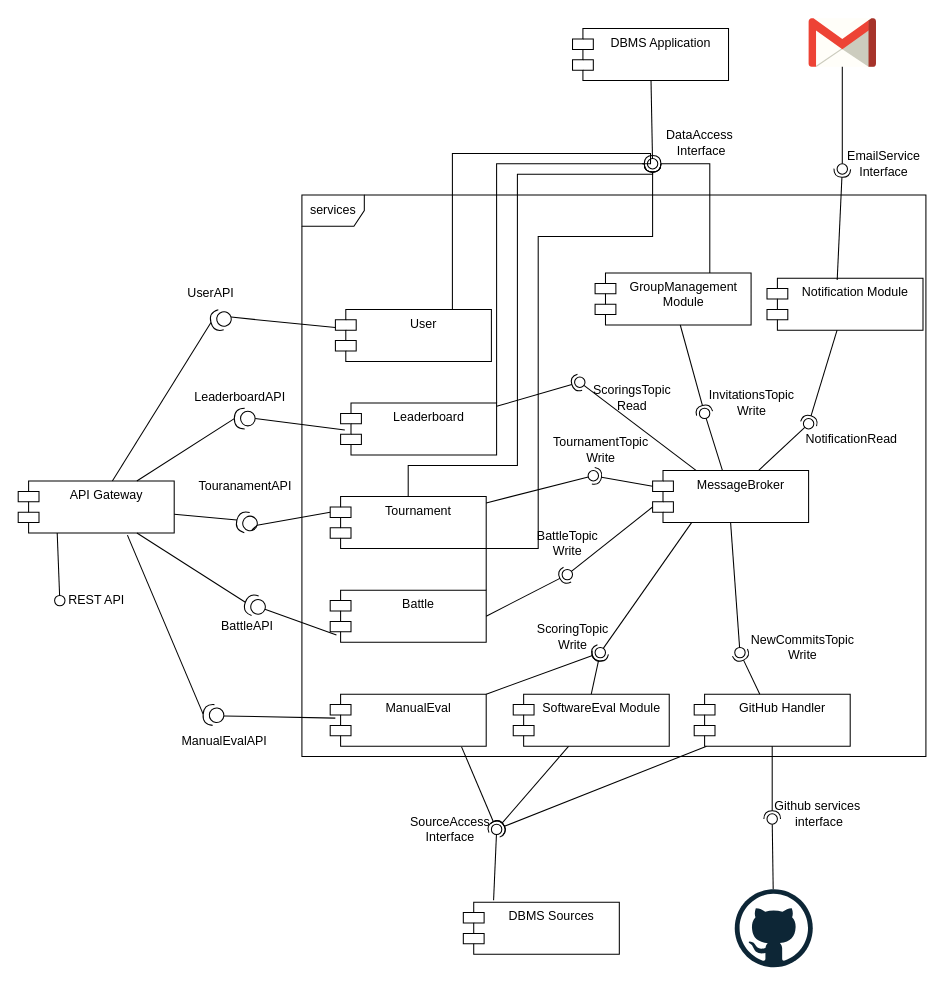
This is DD_material/microservicesComponentDiagram.drawio from FedericoValentino/SE2-ValentinoZarbo, a draw.io file, before an edit. Source tidied: cells renumbered, new cells numbered last; positions are measured from the earlier drawing's top-left corner, leaving out a move shared by most shapes. Both pictures are drawn from the tidied source at 104%, with x=0, y=0 at pixel (18, 18).
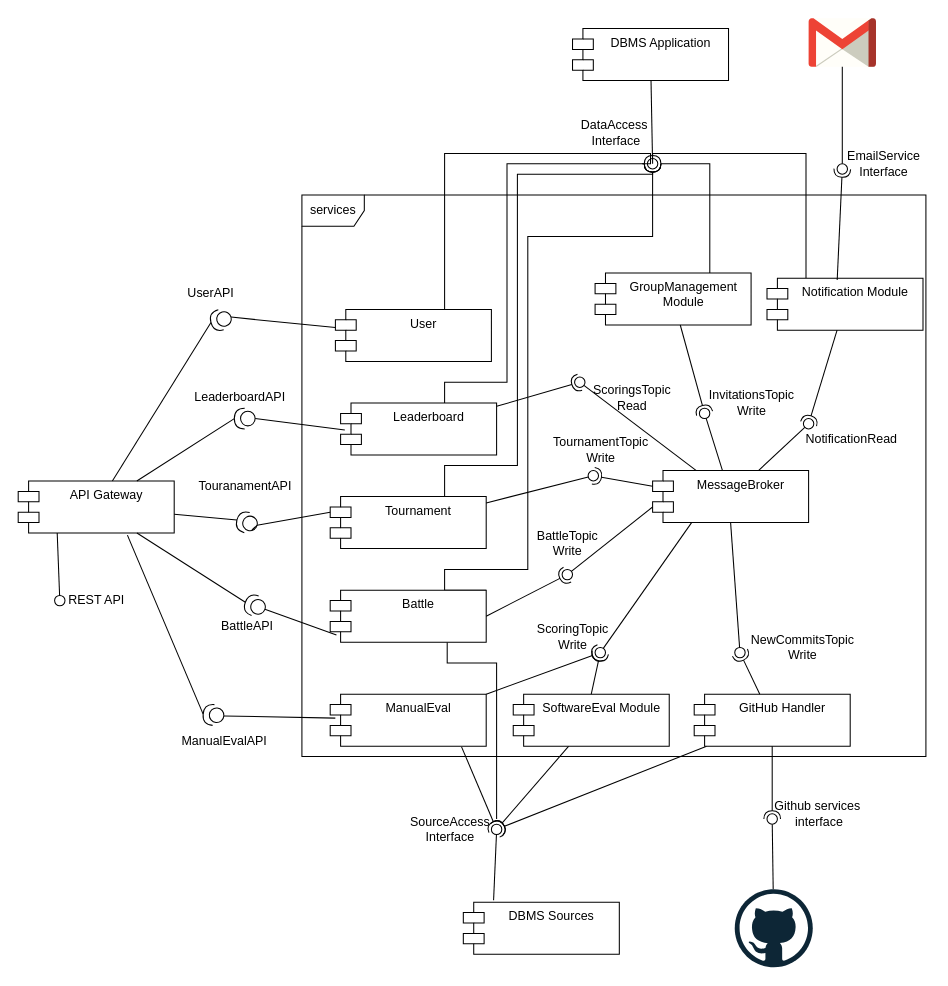
The same diagram, later.

Commit message (it also covers changes not shown here):
added some missing method for dbms api and some neccessary connection in diagram

Unchanged cells that the change refers to:
```xml
<mxCell id="6" value="Battle " style="shape=module;align=left;spacingLeft=20;align=center;verticalAlign=top;whiteSpace=wrap;html=1;" parent="1" vertex="1">
  <mxGeometry x="300" y="550" width="150" height="50" as="geometry" />
</mxCell>
<mxCell id="7" value="Notification Module" style="shape=module;align=left;spacingLeft=20;align=center;verticalAlign=top;whiteSpace=wrap;html=1;" parent="1" vertex="1">
  <mxGeometry x="720" y="250" width="150" height="50" as="geometry" />
</mxCell>
<mxCell id="11" value="Tournament " style="shape=module;align=left;spacingLeft=20;align=center;verticalAlign=top;whiteSpace=wrap;html=1;" parent="1" vertex="1">
  <mxGeometry x="300" y="460" width="150" height="50" as="geometry" />
</mxCell>
<mxCell id="16" value="Leaderboard " style="shape=module;align=left;spacingLeft=20;align=center;verticalAlign=top;whiteSpace=wrap;html=1;" parent="1" vertex="1">
  <mxGeometry x="310" y="370" width="150" height="50" as="geometry" />
</mxCell>
<mxCell id="88" value="User" style="shape=module;align=left;spacingLeft=20;align=center;verticalAlign=top;whiteSpace=wrap;html=1;" parent="1" vertex="1">
  <mxGeometry x="305" y="280" width="150" height="50" as="geometry" />
</mxCell>
```

Diff of the diagram source:
```diff
@@
     <mxCell id="4" style="rounded=0;jettySize=auto;html=1;endArrow=halfCircle;endFill=0;endSize=6;strokeWidth=1;sketch=0;edgeStyle=orthogonalEdgeStyle;" parent="1" edge="1" source="16">
       <mxGeometry relative="1" as="geometry">
         <mxPoint x="610" y="140" as="targetPoint" />
         <Array as="points">
-          <mxPoint x="460" y="395" />
-          <mxPoint x="460" y="140" />
+          <mxPoint x="410" y="350" />
+          <mxPoint x="470" y="350" />
+          <mxPoint x="470" y="140" />
         </Array>
       </mxGeometry>
     </mxCell>
     <mxCell id="5" style="edgeStyle=orthogonalEdgeStyle;html=1;endArrow=halfCircle;endFill=0;startSize=4;exitX=1;exitY=0;exitDx=0;exitDy=0;rounded=0;" parent="1" edge="1" source="6">
       <mxGeometry relative="1" as="geometry">
         <mxPoint x="610" y="140" as="targetPoint" />
         <Array as="points">
-          <mxPoint x="500" y="510" />
-          <mxPoint x="500" y="210" />
+          <mxPoint x="410" y="550" />
+          <mxPoint x="410" y="530" />
+          <mxPoint x="490" y="530" />
+          <mxPoint x="490" y="210" />
           <mxPoint x="610" y="210" />
         </Array>
       </mxGeometry>
     </mxCell>
+    <mxCell id="93" style="edgeStyle=orthogonalEdgeStyle;rounded=0;html=1;exitX=0.75;exitY=1;exitDx=0;exitDy=0;endArrow=none;endFill=0;" parent="1" edge="1" source="6">
+      <mxGeometry relative="1" as="geometry">
+        <mxPoint x="460" y="770" as="targetPoint" />
+        <Array as="points">
+          <mxPoint x="413" y="620" />
+          <mxPoint x="460" y="620" />
+        </Array>
+      </mxGeometry>
+    </mxCell>
@@
+    <mxCell id="94" style="edgeStyle=orthogonalEdgeStyle;html=1;exitX=0.25;exitY=0;exitDx=0;exitDy=0;endArrow=none;endFill=0;rounded=0;" parent="1" edge="1" source="7">
+      <mxGeometry relative="1" as="geometry">
+        <mxPoint x="610" y="140" as="targetPoint" />
+        <Array as="points">
+          <mxPoint x="757" y="130" />
+          <mxPoint x="610" y="130" />
+        </Array>
+      </mxGeometry>
+    </mxCell>
@@
     <mxCell id="10" style="edgeStyle=orthogonalEdgeStyle;html=1;endArrow=halfCircle;endFill=0;startSize=4;rounded=0;" parent="1" edge="1" source="11">
       <mxGeometry relative="1" as="geometry">
         <mxPoint x="610" y="140" as="targetPoint" />
         <Array as="points">
-          <mxPoint x="375" y="430" />
+          <mxPoint x="410" y="430" />
           <mxPoint x="480" y="430" />
           <mxPoint x="480" y="150" />
           <mxPoint x="610" y="150" />
         </Array>
       </mxGeometry>
     </mxCell>
@@
     <mxCell id="53" value="DataAccess&lt;br&gt;&amp;nbsp;Interface" style="text;html=1;align=center;verticalAlign=middle;strokeColor=none;fillColor=none;" parent="1" vertex="1">
-      <mxGeometry x="610" y="100" width="90" height="40" as="geometry" />
+      <mxGeometry x="527.8" y="90" width="90" height="40" as="geometry" />
     </mxCell>
@@
-    <mxCell id="87" style="edgeStyle=orthogonalEdgeStyle;html=1;exitX=0.75;exitY=0;exitDx=0;exitDy=0;endArrow=none;endFill=0;rounded=0;" parent="1" edge="1" source="88">
+    <mxCell id="87" style="edgeStyle=orthogonalEdgeStyle;html=1;endArrow=none;endFill=0;rounded=0;" parent="1" edge="1" source="88">
       <mxGeometry relative="1" as="geometry">
         <mxPoint x="600" y="140" as="targetPoint" />
         <Array as="points">
-          <mxPoint x="418" y="130" />
+          <mxPoint x="410" y="130" />
           <mxPoint x="608" y="130" />
           <mxPoint x="608" y="140" />
         </Array>
       </mxGeometry>
     </mxCell>
```
